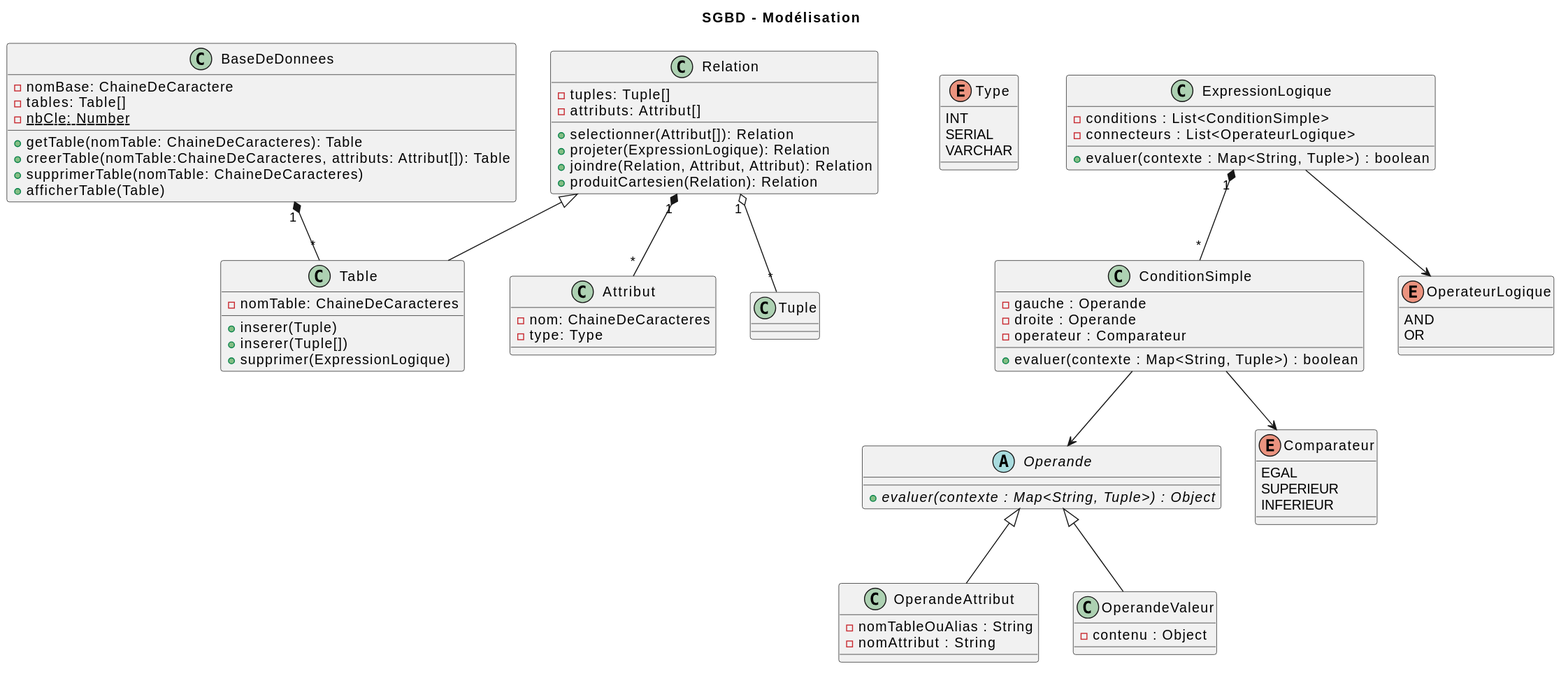
Above: Modelisation.svg in nmornon/pi-poo-sgbd-java (PlantUML), before the change. The source it was exported from:
```plantuml
@startuml
title SGBD - Modélisation

  class BaseDeDonnees {
    - nomBase: ChaineDeCaractere
    - tables: Table[]
    - {static} nbCle: Number
    + getTable(nomTable: ChaineDeCaracteres): Table
    + creerTable(nomTable:ChaineDeCaracteres, attributs: Attribut[]): Table
    + supprimerTable(nomTable: ChaineDeCaracteres)
    + afficherTable(Table)
  }

  class Table {
    - nomTable: ChaineDeCaracteres
    + inserer(Tuple)
    + inserer(Tuple[])
    + supprimer(ExpressionLogique)
  }

  class Relation {
    - tuples: Tuple[]
    - attributs: Attribut[]
    + selectionner(Attribut[]): Relation
    + projeter(ExpressionLogique): Relation
    + joindre(Relation, Attribut, Attribut): Relation
    + produitCartesien(Relation): Relation
  }

  class Attribut {
    - nom: ChaineDeCaracteres
    - type: Type
  }

  enum Type {
    INT
    SERIAL
    VARCHAR
  }

  class Tuple {

  }

  class ExpressionLogique {
    - conditions : List<ConditionSimple>
    - connecteurs : List<OperateurLogique>

    + evaluer(contexte : Map<String, Tuple>) : boolean
  }

  class ConditionSimple {
    - gauche : Operande
    - droite : Operande
    - operateur : Comparateur

    + evaluer(contexte : Map<String, Tuple>) : boolean
  }

  abstract class Operande {
    + {abstract} evaluer(contexte : Map<String, Tuple>) : Object
  }

  class OperandeAttribut {
    - nomTableOuAlias : String
    - nomAttribut : String
  }

  class OperandeValeur {
    - contenu : Object
  }

  enum OperateurLogique {
    AND
    OR
  }

  enum Comparateur {
    EGAL
    SUPERIEUR
    INFERIEUR
  }

Operande <|-- OperandeAttribut
Operande <|-- OperandeValeur


BaseDeDonnees "1" *-- "*" Table
Relation <|-- Table
Relation "1"  o-- "*" Tuple
Relation "1" *-- "*" Attribut

ExpressionLogique "1" *-- "*" ConditionSimple
ExpressionLogique --> OperateurLogique

ConditionSimple --> Operande
ConditionSimple --> Comparateur
@enduml
```
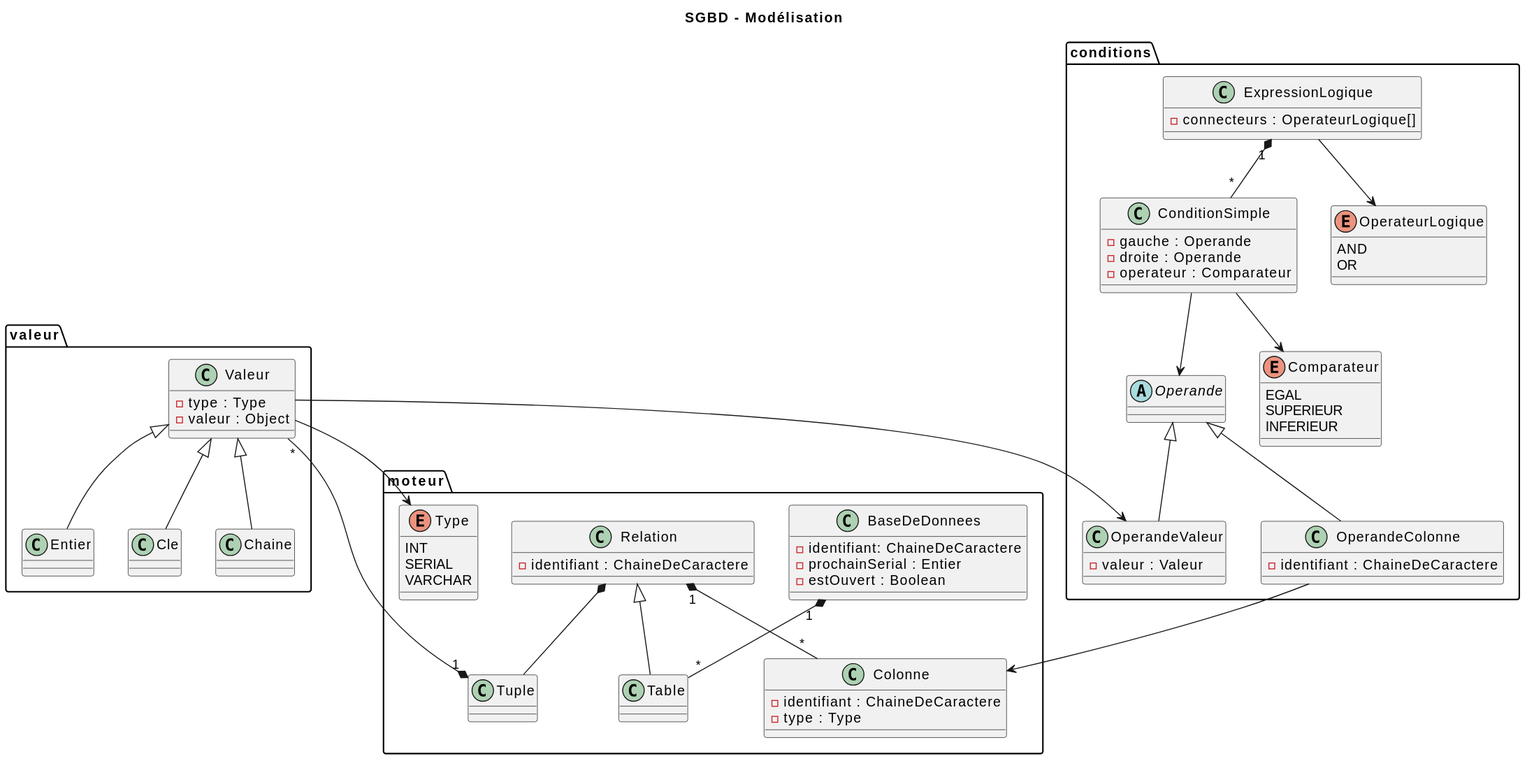
After the commit.

Diff of the diagram source:
```diff
@@ -1,35 +1,18 @@
 @startuml
 title SGBD - Modélisation
 
+package "moteur" {
   class BaseDeDonnees {
-    - nomBase: ChaineDeCaractere
-    - tables: Table[]
-    - {static} nbCle: Number
-    + getTable(nomTable: ChaineDeCaracteres): Table
-    + creerTable(nomTable:ChaineDeCaracteres, attributs: Attribut[]): Table
-    + supprimerTable(nomTable: ChaineDeCaracteres)
-    + afficherTable(Table)
+    - identifiant: ChaineDeCaractere
+    - prochainSerial : Entier
+    - estOuvert : Boolean
   }
 
   class Table {
-    - nomTable: ChaineDeCaracteres
-    + inserer(Tuple)
-    + inserer(Tuple[])
-    + supprimer(ExpressionLogique)
   }
 
   class Relation {
-    - tuples: Tuple[]
-    - attributs: Attribut[]
-    + selectionner(Attribut[]): Relation
-    + projeter(ExpressionLogique): Relation
-    + joindre(Relation, Attribut, Attribut): Relation
-    + produitCartesien(Relation): Relation
-  }
-
-  class Attribut {
-    - nom: ChaineDeCaracteres
-    - type: Type
+    - identifiant : ChaineDeCaractere
   }
 
   enum Type {
@@ -39,35 +22,34 @@
   }
 
   class Tuple {
-
   }
 
+  class Colonne{
+    - identifiant : ChaineDeCaractere
+    - type : Type
+  }
+}
+
+package "conditions"{
   class ExpressionLogique {
-    - conditions : List<ConditionSimple>
-    - connecteurs : List<OperateurLogique>
-
-    + evaluer(contexte : Map<String, Tuple>) : boolean
+    - connecteurs : OperateurLogique[]
   }
 
   class ConditionSimple {
     - gauche : Operande
     - droite : Operande
     - operateur : Comparateur
-
-    + evaluer(contexte : Map<String, Tuple>) : boolean
   }
 
   abstract class Operande {
-    + {abstract} evaluer(contexte : Map<String, Tuple>) : Object
   }
 
-  class OperandeAttribut {
-    - nomTableOuAlias : String
-    - nomAttribut : String
+  class OperandeColonne {
+    - identifiant : ChaineDeCaractere
   }
 
   class OperandeValeur {
-    - contenu : Object
+    - valeur : Valeur
   }
 
   enum OperateurLogique {
@@ -80,19 +62,42 @@
     SUPERIEUR
     INFERIEUR
   }
+}
 
-Operande <|-- OperandeAttribut
+package "valeur"{
+
+  class Valeur {
+   - type : Type
+   - valeur : Object
+
+  }
+
+  class Entier {}
+
+  class Cle {}
+
+  class Chaine{}
+}
+
+Operande <|-- OperandeColonne
 Operande <|-- OperandeValeur
 
+Valeur <|-- Entier
+Valeur <|-- Cle
+Valeur <|-- Chaine
 
 BaseDeDonnees "1" *-- "*" Table
 Relation <|-- Table
-Relation "1"  o-- "*" Tuple
-Relation "1" *-- "*" Attribut
+Relation *-- Tuple
+Relation "1" *-- "*" Colonne
 
 ExpressionLogique "1" *-- "*" ConditionSimple
 ExpressionLogique --> OperateurLogique
 
 ConditionSimple --> Operande
 ConditionSimple --> Comparateur
+OperandeColonne --> Colonne
+Tuple "1" *-- "*"  Valeur
+Valeur -->Type
+Valeur -->OperandeValeur
 @enduml
```
